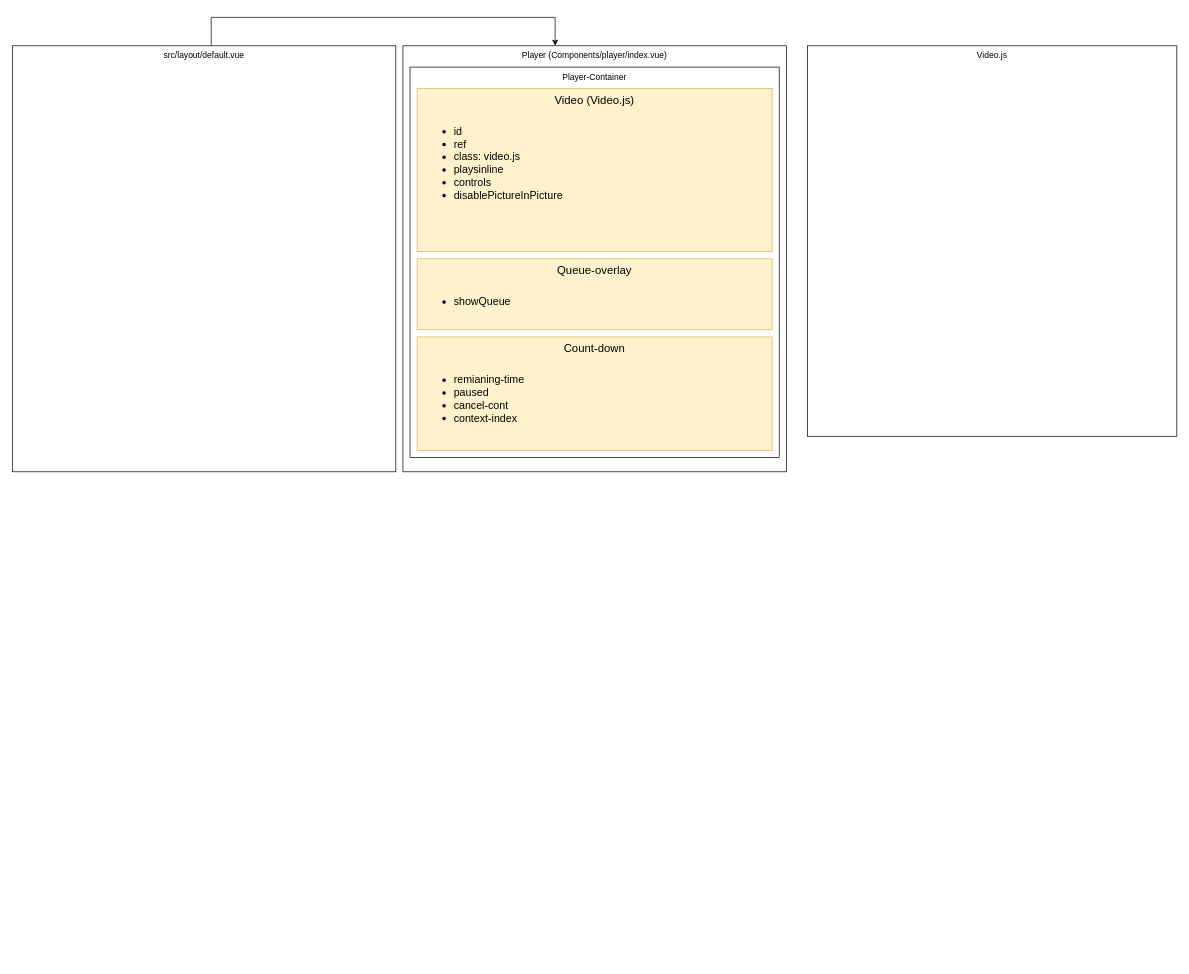
The draw.io diagram BYUB_Rewind.drawio in brightlightkim/Coding_Design, before the edit. Source tidied: cells renumbered, new cells numbered last; positions are measured from the earlier drawing's top-left corner, leaving out a move shared by most shapes. Both pictures are drawn from the tidied source at 71%, with x=0, y=0 at pixel (12, 17).
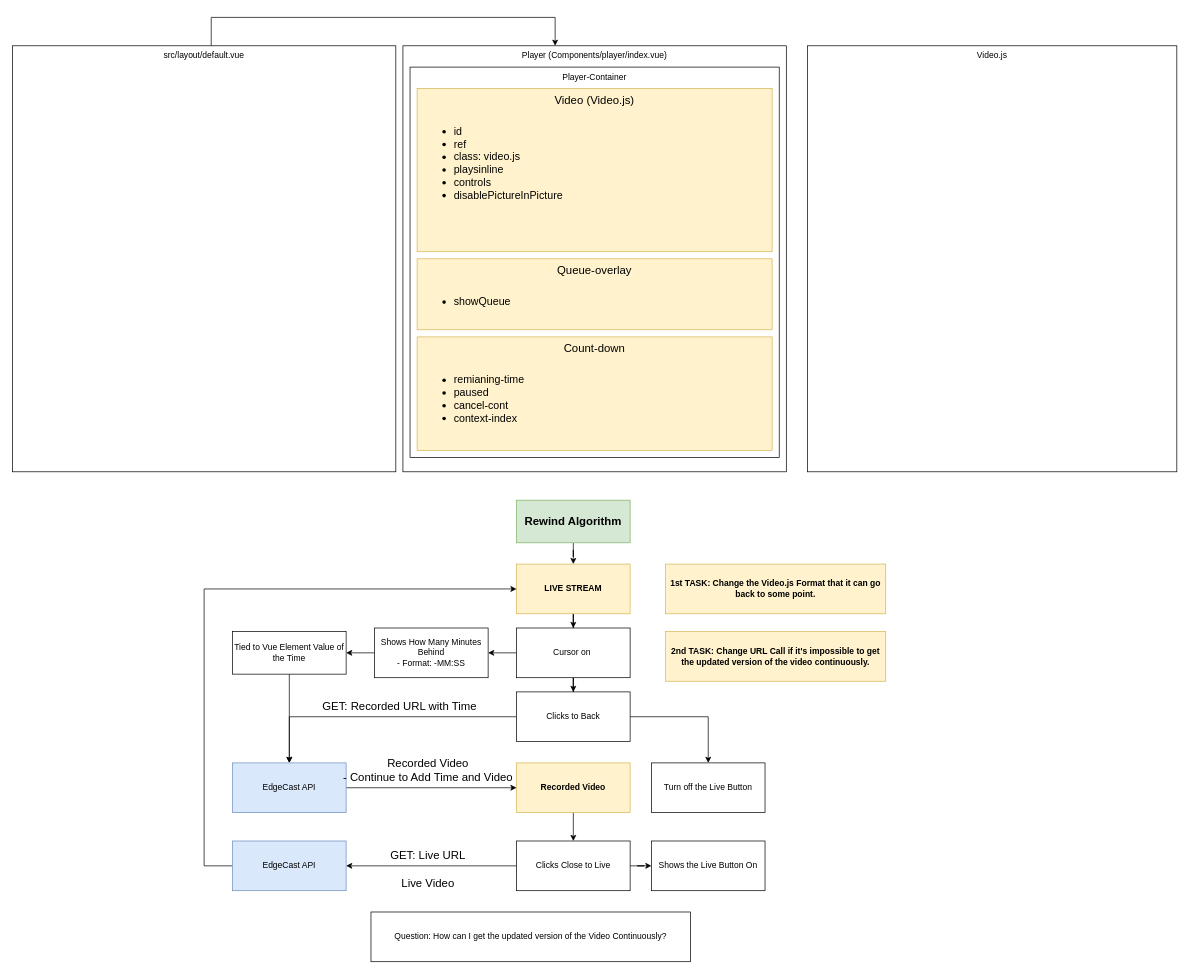
After the change.

Change to the diagram source:
```diff
@@
     <mxCell id="10" value="Video.js" style="rounded=0;whiteSpace=wrap;html=1;verticalAlign=top;" parent="1" vertex="1">
-      <mxGeometry x="1120" y="40" width="520" height="550" as="geometry" />
+      <mxGeometry x="1120" y="40" width="520" height="600" as="geometry" />
     </mxCell>
@@
+    <mxCell id="13" style="edgeStyle=orthogonalEdgeStyle;rounded=0;jettySize=auto;html=1;fontSize=16;" parent="1" edge="1" source="14" target="16">
+      <mxGeometry relative="1" as="geometry" />
+    </mxCell>
+    <mxCell id="14" value="Rewind Algorithm" style="rounded=0;whiteSpace=wrap;html=1;verticalAlign=middle;fontSize=16;fontStyle=1;fillColor=#d5e8d4;strokeColor=#82b366;" parent="1" vertex="1">
+      <mxGeometry x="710" y="680" width="160" height="60" as="geometry" />
+    </mxCell>
+    <mxCell id="15" style="edgeStyle=orthogonalEdgeStyle;rounded=0;jettySize=auto;html=1;fontSize=16;" parent="1" edge="1" source="16" target="22">
+      <mxGeometry relative="1" as="geometry" />
+    </mxCell>
+    <mxCell id="16" value="LIVE STREAM" style="rounded=0;whiteSpace=wrap;html=1;verticalAlign=middle;fontStyle=1;fillColor=#fff2cc;strokeColor=#d6b656;" parent="1" vertex="1">
+      <mxGeometry x="710" y="770" width="160" height="70" as="geometry" />
+    </mxCell>
+    <mxCell id="17" style="edgeStyle=orthogonalEdgeStyle;rounded=0;jettySize=auto;html=1;fontSize=16;" parent="1" edge="1" source="19" target="37">
+      <mxGeometry relative="1" as="geometry" />
+    </mxCell>
+    <mxCell id="18" style="edgeStyle=orthogonalEdgeStyle;rounded=0;jettySize=auto;html=1;entryX=0.5;entryY=0;entryDx=0;entryDy=0;fontSize=16;" parent="1" edge="1" source="19" target="30">
+      <mxGeometry relative="1" as="geometry" />
+    </mxCell>
+    <mxCell id="19" value="Clicks to Back" style="rounded=0;whiteSpace=wrap;html=1;verticalAlign=middle;" parent="1" vertex="1">
+      <mxGeometry x="710" y="950" width="160" height="70" as="geometry" />
+    </mxCell>
+    <mxCell id="20" style="edgeStyle=orthogonalEdgeStyle;rounded=0;jettySize=auto;html=1;fontSize=16;" parent="1" edge="1" source="22" target="24">
+      <mxGeometry relative="1" as="geometry" />
+    </mxCell>
+    <mxCell id="21" style="edgeStyle=orthogonalEdgeStyle;rounded=0;jettySize=auto;html=1;fontSize=16;" parent="1" edge="1" source="22" target="19">
+      <mxGeometry relative="1" as="geometry" />
+    </mxCell>
+    <mxCell id="22" value="Cursor on&amp;nbsp;" style="rounded=0;whiteSpace=wrap;html=1;verticalAlign=middle;" parent="1" vertex="1">
+      <mxGeometry x="710" y="860" width="160" height="70" as="geometry" />
+    </mxCell>
+    <mxCell id="23" style="edgeStyle=orthogonalEdgeStyle;rounded=0;jettySize=auto;html=1;fontSize=16;" parent="1" edge="1" source="24" target="26">
+      <mxGeometry relative="1" as="geometry" />
+    </mxCell>
+    <mxCell id="24" value="Shows How Many Minutes Behind&lt;br&gt;- Format: -MM:SS" style="rounded=0;whiteSpace=wrap;html=1;verticalAlign=middle;" parent="1" vertex="1">
+      <mxGeometry x="510" y="860" width="160" height="70" as="geometry" />
+    </mxCell>
+    <mxCell id="25" style="edgeStyle=orthogonalEdgeStyle;rounded=0;jettySize=auto;html=1;entryX=0.5;entryY=0;entryDx=0;entryDy=0;fontSize=16;" parent="1" edge="1" source="26" target="30">
+      <mxGeometry relative="1" as="geometry" />
+    </mxCell>
+    <mxCell id="26" value="Tied to Vue Element Value of the Time" style="whiteSpace=wrap;html=1;rounded=0;" parent="1" vertex="1">
+      <mxGeometry x="310" y="865" width="160" height="60" as="geometry" />
+    </mxCell>
+    <mxCell id="27" style="edgeStyle=orthogonalEdgeStyle;rounded=0;jettySize=auto;html=1;fontSize=16;" parent="1" edge="1" source="28" target="35">
+      <mxGeometry relative="1" as="geometry" />
+    </mxCell>
+    <mxCell id="28" value="Recorded Video" style="rounded=0;whiteSpace=wrap;html=1;verticalAlign=middle;fontStyle=1;fillColor=#fff2cc;strokeColor=#d6b656;" parent="1" vertex="1">
+      <mxGeometry x="710" y="1050" width="160" height="70" as="geometry" />
+    </mxCell>
+    <mxCell id="29" style="edgeStyle=orthogonalEdgeStyle;rounded=0;jettySize=auto;html=1;fontSize=16;" parent="1" edge="1" source="30" target="28">
+      <mxGeometry relative="1" as="geometry" />
+    </mxCell>
+    <mxCell id="30" value="EdgeCast API" style="rounded=0;whiteSpace=wrap;html=1;verticalAlign=middle;fillColor=#dae8fc;strokeColor=#6c8ebf;" parent="1" vertex="1">
+      <mxGeometry x="310" y="1050" width="160" height="70" as="geometry" />
+    </mxCell>
+    <mxCell id="31" value="GET: Recorded URL with Time" style="text;html=1;align=center;verticalAlign=middle;strokeColor=none;fillColor=none;fontSize=16;" parent="1" vertex="1">
+      <mxGeometry x="430" y="960" width="230" height="20" as="geometry" />
+    </mxCell>
+    <mxCell id="32" value="Recorded Video&lt;br&gt;- Continue to Add Time and Video" style="text;html=1;align=center;verticalAlign=middle;strokeColor=none;fillColor=none;fontSize=16;" parent="1" vertex="1">
+      <mxGeometry x="460" y="1040" width="250" height="40" as="geometry" />
+    </mxCell>
+    <mxCell id="33" style="edgeStyle=orthogonalEdgeStyle;rounded=0;jettySize=auto;html=1;fontSize=16;" parent="1" edge="1" source="35" target="36">
+      <mxGeometry relative="1" as="geometry" />
+    </mxCell>
+    <mxCell id="34" style="edgeStyle=orthogonalEdgeStyle;rounded=0;jettySize=auto;html=1;fontSize=16;entryX=1;entryY=0.5;entryDx=0;entryDy=0;" parent="1" edge="1" source="35" target="41">
+      <mxGeometry relative="1" as="geometry" />
+    </mxCell>
+    <mxCell id="35" value="Clicks Close to Live" style="rounded=0;whiteSpace=wrap;html=1;verticalAlign=middle;" parent="1" vertex="1">
+      <mxGeometry x="710" y="1160" width="160" height="70" as="geometry" />
+    </mxCell>
+    <mxCell id="36" value="Shows the Live Button On" style="rounded=0;whiteSpace=wrap;html=1;verticalAlign=middle;" parent="1" vertex="1">
+      <mxGeometry x="900" y="1160" width="160" height="70" as="geometry" />
+    </mxCell>
+    <mxCell id="37" value="Turn off the Live Button" style="rounded=0;whiteSpace=wrap;html=1;verticalAlign=middle;" parent="1" vertex="1">
+      <mxGeometry x="900" y="1050" width="160" height="70" as="geometry" />
+    </mxCell>
+    <mxCell id="38" value="GET: Live URL" style="text;html=1;align=center;verticalAlign=middle;strokeColor=none;fillColor=none;fontSize=16;" parent="1" vertex="1">
+      <mxGeometry x="525" y="1170" width="120" height="20" as="geometry" />
+    </mxCell>
+    <mxCell id="39" value="Live Video" style="text;html=1;align=center;verticalAlign=middle;strokeColor=none;fillColor=none;fontSize=16;" parent="1" vertex="1">
+      <mxGeometry x="540" y="1210" width="90" height="20" as="geometry" />
+    </mxCell>
+    <mxCell id="40" style="edgeStyle=orthogonalEdgeStyle;rounded=0;jettySize=auto;html=1;entryX=0;entryY=0.5;entryDx=0;entryDy=0;fontSize=16;" parent="1" edge="1" source="41" target="16">
+      <mxGeometry relative="1" as="geometry">
+        <Array as="points">
+          <mxPoint x="270" y="1195" />
+          <mxPoint x="270" y="805" />
+        </Array>
+      </mxGeometry>
+    </mxCell>
+    <mxCell id="41" value="EdgeCast API" style="rounded=0;whiteSpace=wrap;html=1;verticalAlign=middle;fillColor=#dae8fc;strokeColor=#6c8ebf;" parent="1" vertex="1">
+      <mxGeometry x="310" y="1160" width="160" height="70" as="geometry" />
+    </mxCell>
+    <mxCell id="42" value="Question: How can I get the updated version of the Video Continuously?" style="rounded=0;whiteSpace=wrap;html=1;verticalAlign=middle;" parent="1" vertex="1">
+      <mxGeometry x="505" y="1260" width="450" height="70" as="geometry" />
+    </mxCell>
+    <mxCell id="43" value="1st TASK: Change the Video.js Format that it can go back to some point." style="rounded=0;whiteSpace=wrap;html=1;verticalAlign=middle;fontStyle=1;fillColor=#fff2cc;strokeColor=#d6b656;" parent="1" vertex="1">
+      <mxGeometry x="920" y="770" width="310" height="70" as="geometry" />
+    </mxCell>
+    <mxCell id="44" value="2nd TASK: Change URL Call if it's impossible to get the updated version of the video continuously." style="rounded=0;whiteSpace=wrap;html=1;verticalAlign=middle;fontStyle=1;fillColor=#fff2cc;strokeColor=#d6b656;" parent="1" vertex="1">
+      <mxGeometry x="920" y="865" width="310" height="70" as="geometry" />
+    </mxCell>
```
